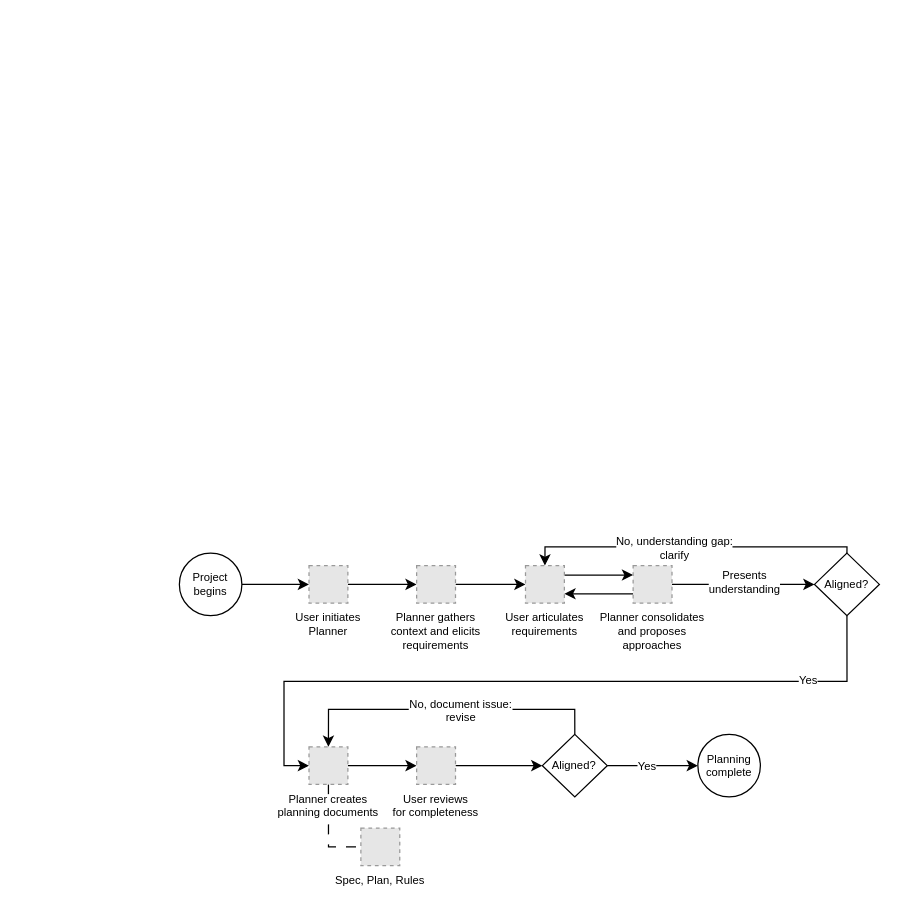
This is diagrams/framework-design/planning-phase-overview.drawio from sdi2200262/bsc-apm-thesis, a draw.io file, before an edit. Source tidied: cells renumbered, new cells numbered last; positions are measured from the earlier drawing's top-left corner, leaving out a move shared by most shapes. Both pictures are drawn from the tidied source at 125%, with x=0, y=0 at pixel (179, 546). Pictures stored in the file or linked from it are replaced by grey dashed boxes.
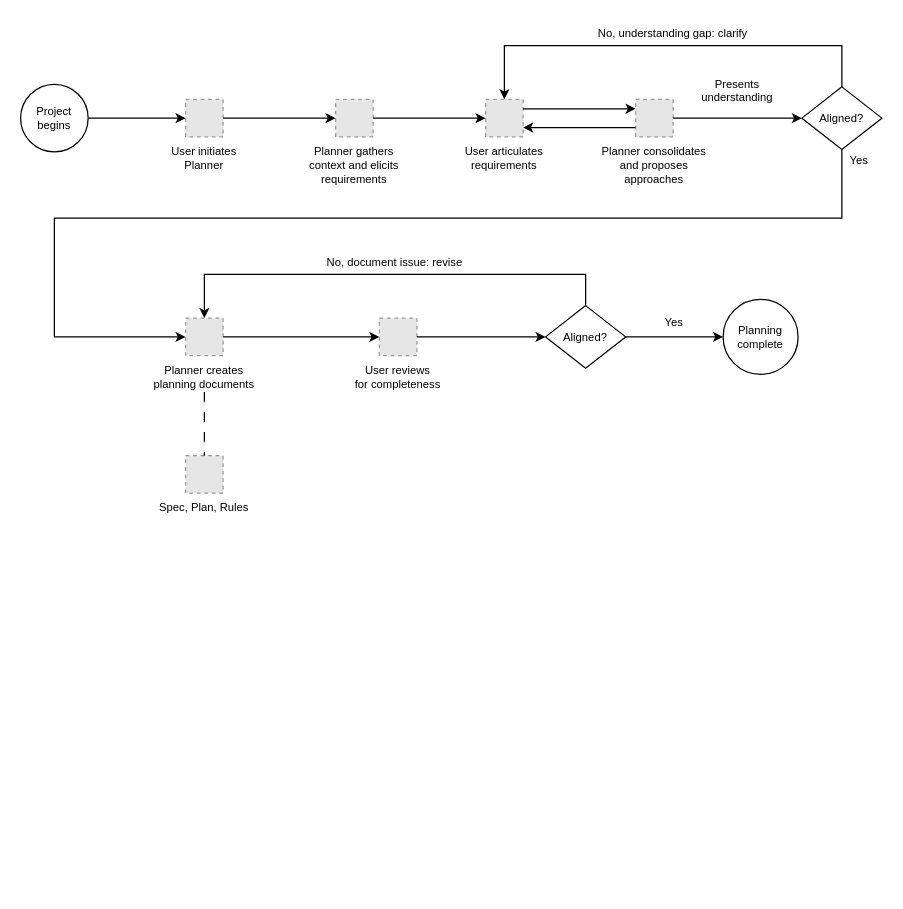
The same page after the edit.

The edit, as a diff of the source:
```diff
@@
-    <mxCell id="2" style="group;fontSize=9;" parent="1" vertex="1">
-      <mxGeometry width="560" height="255" as="geometry" />
-    </mxCell>
+    <mxCell id="6" value="Project&#10;begins" style="fontFamily=Helvetica;fontSize=9;fontColor=#000000;strokeColor=#000000;ellipse;html=0;align=center;verticalAlign=middle;fillColor=none;" parent="1" vertex="1">
+      <mxGeometry x="-127" y="-370" width="54" height="54" as="geometry" />
+    </mxCell>
+    <mxCell id="8" value="User initiates&#10;Planner" style="fillColor=#E6E6E6;strokeColor=#999999;dashed=1;fontFamily=Helvetica;fontSize=9;fontColor=#000000;verticalLabelPosition=bottom;verticalAlign=top;" parent="1" vertex="1">
+      <mxGeometry x="5" y="-358" width="30" height="30" as="geometry" />
+    </mxCell>
+    <mxCell id="10" value="Planner gathers&#10;context and elicits&#10;requirements" style="fillColor=#E6E6E6;strokeColor=#999999;dashed=1;fontFamily=Helvetica;fontSize=9;fontColor=#000000;verticalLabelPosition=bottom;verticalAlign=top;" parent="1" vertex="1">
+      <mxGeometry x="125" y="-358" width="30" height="30" as="geometry" />
+    </mxCell>
+    <mxCell id="12" value="User articulates&#10;requirements" style="fillColor=#E6E6E6;strokeColor=#999999;dashed=1;fontFamily=Helvetica;fontSize=9;fontColor=#000000;verticalLabelPosition=bottom;verticalAlign=top;" parent="1" vertex="1">
+      <mxGeometry x="245" y="-358" width="30" height="30" as="geometry" />
+    </mxCell>
+    <mxCell id="31" value="Planner consolidates&#10;and proposes&#10;approaches" style="fillColor=#E6E6E6;strokeColor=#999999;dashed=1;fontFamily=Helvetica;fontSize=9;fontColor=#000000;verticalLabelPosition=bottom;verticalAlign=top;" parent="1" vertex="1">
+      <mxGeometry x="365" y="-358" width="30" height="30" as="geometry" />
+    </mxCell>
+    <mxCell id="32" value="Aligned?" style="fontFamily=Helvetica;fontSize=9;fontColor=#000000;strokeColor=#000000;rhombus;html=0;align=center;verticalAlign=middle;fillColor=none;" parent="1" vertex="1">
+      <mxGeometry x="498" y="-368" width="64" height="50" as="geometry" />
+    </mxCell>
+    <mxCell id="19" value="Planner creates&#10;planning documents" style="fillColor=#E6E6E6;strokeColor=#999999;dashed=1;fontFamily=Helvetica;fontSize=9;fontColor=#000000;verticalLabelPosition=bottom;verticalAlign=top;" parent="1" vertex="1">
+      <mxGeometry x="5" y="-183" width="30" height="30" as="geometry" />
+    </mxCell>
+    <mxCell id="21" value="User reviews&#10;for completeness" style="fillColor=#E6E6E6;strokeColor=#999999;dashed=1;fontFamily=Helvetica;fontSize=9;fontColor=#000000;verticalLabelPosition=bottom;verticalAlign=top;" parent="1" vertex="1">
+      <mxGeometry x="160" y="-183" width="30" height="30" as="geometry" />
+    </mxCell>
+    <mxCell id="33" value="Aligned?" style="fontFamily=Helvetica;fontSize=9;fontColor=#000000;strokeColor=#000000;rhombus;html=0;align=center;verticalAlign=middle;fillColor=none;" parent="1" vertex="1">
+      <mxGeometry x="293" y="-193" width="64" height="50" as="geometry" />
+    </mxCell>
+    <mxCell id="27" value="Planning&#10;complete" style="fontFamily=Helvetica;fontSize=9;fontColor=#000000;strokeColor=#000000;ellipse;html=0;align=center;verticalAlign=middle;fillColor=none;" parent="1" vertex="1">
+      <mxGeometry x="435" y="-198" width="60" height="60" as="geometry" />
+    </mxCell>
-    <mxCell id="3" value="Spec, Plan, Rules" style="fillColor=#E6E6E6;strokeColor=#999999;dashed=1;verticalLabelPosition=bottom;labelBackgroundColor=default;verticalAlign=top;fontSize=9;" parent="2" vertex="1">
-      <mxGeometry x="145.2" y="225" width="31.1" height="30" as="geometry" />
+    <mxCell id="3" value="Spec, Plan, Rules" style="fillColor=#E6E6E6;strokeColor=#999999;dashed=1;fontFamily=Helvetica;fontSize=9;fontColor=#000000;verticalLabelPosition=bottom;verticalAlign=top;" parent="1" vertex="1">
+      <mxGeometry x="5" y="-73" width="30" height="30" as="geometry" />
     </mxCell>
-    <mxCell id="4" style="edgeStyle=orthogonalEdgeStyle;rounded=0;jettySize=auto;html=1;exitX=0.5;exitY=1;exitDx=0;exitDy=0;dashed=1;dashPattern=8 8;entryX=0;entryY=0.5;entryDx=0;entryDy=0;endArrow=none;endFill=0;fontSize=9;" parent="2" edge="1" source="19" target="3">
-      <mxGeometry relative="1" as="geometry" />
-    </mxCell>
-    <mxCell id="5" style="edgeStyle=orthogonalEdgeStyle;rounded=0;jettySize=auto;html=1;exitX=1;exitY=0.5;exitDx=0;exitDy=0;fontSize=9;" parent="2" edge="1" source="6" target="8">
+    <mxCell id="5" style="fontFamily=Helvetica;fontSize=9;fontColor=#000000;strokeColor=#000000;edgeStyle=orthogonalEdgeStyle;rounded=0;html=0;endSize=5;startSize=5;exitX=1;exitY=0.5;exitDx=0;exitDy=0;entryX=0;entryY=0.5;entryDx=0;entryDy=0;" parent="1" edge="1" source="6" target="8">
       <mxGeometry relative="1" as="geometry" />
     </mxCell>
-    <mxCell id="6" value="Project begins" style="ellipse;whiteSpace=wrap;html=1;shapeInside=1;fontSize=9;" parent="2" vertex="1">
-      <mxGeometry y="5" width="50" height="50" as="geometry" />
-    </mxCell>
-    <mxCell id="7" style="edgeStyle=orthogonalEdgeStyle;rounded=0;jettySize=auto;html=1;exitX=1;exitY=0.5;exitDx=0;exitDy=0;entryX=0;entryY=0.5;entryDx=0;entryDy=0;fontSize=9;" parent="2" edge="1" source="8" target="10">
+    <mxCell id="7" style="fontFamily=Helvetica;fontSize=9;fontColor=#000000;strokeColor=#000000;edgeStyle=orthogonalEdgeStyle;rounded=0;html=0;endSize=5;startSize=5;exitX=1;exitY=0.5;exitDx=0;exitDy=0;entryX=0;entryY=0.5;entryDx=0;entryDy=0;" parent="1" edge="1" source="8" target="10">
       <mxGeometry relative="1" as="geometry" />
     </mxCell>
-    <mxCell id="8" value="User initiates&#10;Planner" style="fillColor=#E6E6E6;strokeColor=#999999;dashed=1;verticalLabelPosition=bottom;labelBackgroundColor=default;verticalAlign=top;fontSize=9;" parent="2" vertex="1">
-      <mxGeometry x="103.7" y="15" width="31.1" height="30" as="geometry" />
-    </mxCell>
-    <mxCell id="9" style="edgeStyle=orthogonalEdgeStyle;rounded=0;jettySize=auto;html=1;exitX=1;exitY=0.5;exitDx=0;exitDy=0;entryX=0;entryY=0.5;entryDx=0;entryDy=0;fontSize=9;" parent="2" edge="1" source="10" target="12">
+    <mxCell id="9" style="fontFamily=Helvetica;fontSize=9;fontColor=#000000;strokeColor=#000000;edgeStyle=orthogonalEdgeStyle;rounded=0;html=0;endSize=5;startSize=5;exitX=1;exitY=0.5;exitDx=0;exitDy=0;entryX=0;entryY=0.5;entryDx=0;entryDy=0;" parent="1" edge="1" source="10" target="12">
       <mxGeometry relative="1" as="geometry" />
     </mxCell>
-    <mxCell id="10" value="Planner gathers&#10;context and elicits&#10;requirements" style="fillColor=#E6E6E6;strokeColor=#999999;dashed=1;verticalLabelPosition=bottom;labelBackgroundColor=default;verticalAlign=top;fontSize=9;" parent="2" vertex="1">
-      <mxGeometry x="189.8" y="15" width="31.1" height="30" as="geometry" />
-    </mxCell>
-    <mxCell id="11" style="edgeStyle=orthogonalEdgeStyle;rounded=0;jettySize=auto;html=1;exitX=1;exitY=0.25;exitDx=0;exitDy=0;entryX=0;entryY=0.25;entryDx=0;entryDy=0;fontSize=9;" parent="2" edge="1" source="12" target="31">
+    <mxCell id="11" style="fontFamily=Helvetica;fontSize=9;fontColor=#000000;strokeColor=#000000;edgeStyle=orthogonalEdgeStyle;rounded=0;html=0;endSize=5;startSize=5;exitX=1;exitY=0.25;exitDx=0;exitDy=0;entryX=0;entryY=0.25;entryDx=0;entryDy=0;" parent="1" edge="1" source="12" target="31">
       <mxGeometry relative="1" as="geometry" />
     </mxCell>
-    <mxCell id="12" value="User articulates&#10;requirements" style="fillColor=#E6E6E6;strokeColor=#999999;dashed=1;verticalLabelPosition=bottom;labelBackgroundColor=default;verticalAlign=top;fontSize=9;" parent="2" vertex="1">
-      <mxGeometry x="276.9" y="15" width="31.1" height="30" as="geometry" />
-    </mxCell>
-    <mxCell id="13" style="edgeStyle=orthogonalEdgeStyle;rounded=0;jettySize=auto;html=1;exitX=0.5;exitY=0;exitDx=0;exitDy=0;entryX=0.5;entryY=0;entryDx=0;entryDy=0;fontSize=9;" parent="2" edge="1" source="17" target="12">
-      <mxGeometry relative="1" as="geometry">
-        <Array as="points">
-          <mxPoint x="513.3" />
-          <mxPoint x="290.4" />
-        </Array>
-      </mxGeometry>
-    </mxCell>
+    <mxCell id="30" style="fontFamily=Helvetica;fontSize=9;fontColor=#000000;strokeColor=#000000;edgeStyle=orthogonalEdgeStyle;rounded=0;html=0;endSize=5;startSize=5;exitX=0;exitY=0.75;exitDx=0;exitDy=0;entryX=1;entryY=0.75;entryDx=0;entryDy=0;" parent="1" edge="1" source="31" target="12">
+      <mxGeometry relative="1" as="geometry" />
+    </mxCell>
+    <mxCell id="34" style="fontFamily=Helvetica;fontSize=9;fontColor=#000000;strokeColor=#000000;edgeStyle=orthogonalEdgeStyle;rounded=0;html=0;endSize=5;startSize=5;exitX=1;exitY=0.5;exitDx=0;exitDy=0;entryX=0;entryY=0.5;entryDx=0;entryDy=0;" parent="1" edge="1" source="31" target="32">
+      <mxGeometry relative="1" as="geometry" />
+    </mxCell>
+    <mxCell id="29" value="Presents&#10;understanding" style="fontFamily=Helvetica;fontSize=9;fontColor=#000000;strokeColor=#000000;text;html=0;align=center;verticalAlign=middle;fontStyle=0;" parent="1" vertex="1">
+      <mxGeometry x="401.5" y="-375" width="90" height="20" as="geometry" />
+    </mxCell>
+    <mxCell id="35" style="fontFamily=Helvetica;fontSize=9;fontColor=#000000;strokeColor=#000000;edgeStyle=orthogonalEdgeStyle;rounded=0;html=0;endSize=5;startSize=5;exitX=0.5;exitY=0;exitDx=0;exitDy=0;entryX=0.5;entryY=0;entryDx=0;entryDy=0;" parent="1" edge="1" source="32" target="12">
+      <mxGeometry relative="1" as="geometry">
+        <Array as="points">
+          <mxPoint x="530" y="-401" />
+          <mxPoint x="260" y="-401" />
+        </Array>
+      </mxGeometry>
+    </mxCell>
-    <mxCell id="14" value="No, understanding gap:&lt;div&gt;clarify&lt;/div&gt;" style="edgeLabel;html=1;align=center;verticalAlign=middle;fontSize=9;" parent="13" vertex="1">
-      <mxGeometry x="-0.08" relative="1" as="geometry">
-        <mxPoint x="-24" as="offset" />
-      </mxGeometry>
+    <mxCell id="14" value="No, understanding gap: clarify" style="fontFamily=Helvetica;fontSize=9;fontColor=#000000;strokeColor=#000000;text;html=0;align=center;verticalAlign=middle;fontStyle=0;" parent="1" vertex="1">
+      <mxGeometry x="310" y="-421" width="170" height="20" as="geometry" />
     </mxCell>
-    <mxCell id="15" style="edgeStyle=orthogonalEdgeStyle;rounded=0;jettySize=auto;html=1;exitX=0.5;exitY=1;exitDx=0;exitDy=0;entryX=0;entryY=0.5;entryDx=0;entryDy=0;fontSize=9;" parent="2" edge="1" source="17" target="19">
-      <mxGeometry relative="1" as="geometry" />
-    </mxCell>
-    <mxCell id="16" value="Yes" style="edgeLabel;html=1;align=center;verticalAlign=middle;fontSize=9;" parent="15" vertex="1">
-      <mxGeometry x="-0.17" y="-1" relative="1" as="geometry">
-        <mxPoint x="161" as="offset" />
-      </mxGeometry>
-    </mxCell>
-    <mxCell id="17" value="Aligned?" style="rhombus;whiteSpace=wrap;html=1;shapeInside=1;fontSize=9;" parent="2" vertex="1">
-      <mxGeometry x="508.1" y="5" width="51.9" height="50" as="geometry" />
-    </mxCell>
+    <mxCell id="36" style="fontFamily=Helvetica;fontSize=9;fontColor=#000000;strokeColor=#000000;edgeStyle=orthogonalEdgeStyle;rounded=0;html=0;endSize=5;startSize=5;exitX=0.5;exitY=1;exitDx=0;exitDy=0;entryX=0;entryY=0.5;entryDx=0;entryDy=0;" parent="1" edge="1" source="32" target="19">
+      <mxGeometry relative="1" as="geometry">
+        <Array as="points">
+          <mxPoint x="530" y="-263" />
+          <mxPoint x="-100" y="-263" />
+          <mxPoint x="-100" y="-168" />
+        </Array>
+      </mxGeometry>
+    </mxCell>
+    <mxCell id="37" value="Yes" style="fontFamily=Helvetica;fontSize=9;fontColor=#000000;strokeColor=#000000;text;html=0;align=center;verticalAlign=middle;fontStyle=0;" parent="1" vertex="1">
+      <mxGeometry x="529" y="-319" width="30" height="20" as="geometry" />
+    </mxCell>
-    <mxCell id="18" style="edgeStyle=orthogonalEdgeStyle;rounded=0;jettySize=auto;html=1;exitX=1;exitY=0.5;exitDx=0;exitDy=0;entryX=0;entryY=0.5;entryDx=0;entryDy=0;fontSize=9;" parent="2" edge="1" source="19" target="21">
+    <mxCell id="18" style="fontFamily=Helvetica;fontSize=9;fontColor=#000000;strokeColor=#000000;edgeStyle=orthogonalEdgeStyle;rounded=0;html=0;endSize=5;startSize=5;exitX=1;exitY=0.5;exitDx=0;exitDy=0;entryX=0;entryY=0.5;entryDx=0;entryDy=0;" parent="1" edge="1" source="19" target="21">
       <mxGeometry relative="1" as="geometry" />
     </mxCell>
-    <mxCell id="19" value="Planner creates&#10;planning documents" style="fillColor=#E6E6E6;strokeColor=#999999;dashed=1;verticalLabelPosition=bottom;labelBackgroundColor=default;verticalAlign=top;fontSize=9;" parent="2" vertex="1">
-      <mxGeometry x="103.7" y="160" width="31.1" height="30" as="geometry" />
-    </mxCell>
-    <mxCell id="20" style="edgeStyle=orthogonalEdgeStyle;rounded=0;jettySize=auto;html=1;exitX=1;exitY=0.5;exitDx=0;exitDy=0;entryX=0;entryY=0.5;entryDx=0;entryDy=0;fontSize=9;" parent="2" edge="1" source="21" target="26">
-      <mxGeometry relative="1" as="geometry" />
-    </mxCell>
-    <mxCell id="21" value="User reviews&#10;for completeness" style="fillColor=#E6E6E6;strokeColor=#999999;dashed=1;verticalLabelPosition=bottom;labelBackgroundColor=default;verticalAlign=top;fontSize=9;" parent="2" vertex="1">
-      <mxGeometry x="189.8" y="160" width="31.1" height="30" as="geometry" />
-    </mxCell>
-    <mxCell id="22" style="edgeStyle=orthogonalEdgeStyle;rounded=0;jettySize=auto;html=1;exitX=0.5;exitY=0;exitDx=0;exitDy=0;entryX=0.5;entryY=0;entryDx=0;entryDy=0;fontSize=9;" parent="2" edge="1" source="26" target="19">
-      <mxGeometry relative="1" as="geometry" />
-    </mxCell>
+    <mxCell id="38" style="fontFamily=Helvetica;fontSize=9;fontColor=#000000;strokeColor=#000000;edgeStyle=orthogonalEdgeStyle;rounded=0;html=0;endSize=5;startSize=5;exitX=1;exitY=0.5;exitDx=0;exitDy=0;entryX=0;entryY=0.5;entryDx=0;entryDy=0;" parent="1" edge="1" source="21" target="33">
+      <mxGeometry relative="1" as="geometry" />
+    </mxCell>
+    <mxCell id="39" style="fontFamily=Helvetica;fontSize=9;fontColor=#000000;strokeColor=#000000;edgeStyle=orthogonalEdgeStyle;rounded=0;html=0;endSize=5;startSize=5;exitX=0.5;exitY=0;exitDx=0;exitDy=0;entryX=0.5;entryY=0;entryDx=0;entryDy=0;" parent="1" edge="1" source="33" target="19">
+      <mxGeometry relative="1" as="geometry">
+        <Array as="points">
+          <mxPoint x="325" y="-218" />
+          <mxPoint x="20" y="-218" />
+        </Array>
+      </mxGeometry>
+    </mxCell>
-    <mxCell id="23" value="No, document issue:&lt;div&gt;revise&lt;/div&gt;" style="edgeLabel;html=1;align=center;verticalAlign=middle;fontSize=9;" parent="22" vertex="1">
-      <mxGeometry x="-0.09" relative="1" as="geometry" />
+    <mxCell id="23" value="No, document issue: revise" style="fontFamily=Helvetica;fontSize=9;fontColor=#000000;strokeColor=#000000;text;html=0;align=center;verticalAlign=middle;fontStyle=0;" parent="1" vertex="1">
+      <mxGeometry x="87.5" y="-238" width="170" height="20" as="geometry" />
     </mxCell>
-    <mxCell id="24" style="edgeStyle=orthogonalEdgeStyle;rounded=0;jettySize=auto;html=1;fontSize=9;" parent="2" edge="1" source="26" target="27">
-      <mxGeometry relative="1" as="geometry" />
-    </mxCell>
-    <mxCell id="25" value="Yes" style="edgeLabel;html=1;align=center;verticalAlign=middle;fontSize=9;" parent="24" vertex="1">
-      <mxGeometry x="-0.15" relative="1" as="geometry" />
-    </mxCell>
-    <mxCell id="26" value="Aligned?" style="rhombus;whiteSpace=wrap;html=1;shapeInside=1;fontSize=9;" parent="2" vertex="1">
-      <mxGeometry x="290.4" y="150" width="51.9" height="50" as="geometry" />
-    </mxCell>
-    <mxCell id="27" value="Planning complete" style="ellipse;whiteSpace=wrap;html=1;shapeInside=1;fontSize=9;" parent="2" vertex="1">
-      <mxGeometry x="414.8" y="150" width="50" height="50" as="geometry" />
-    </mxCell>
-    <mxCell id="28" style="edgeStyle=orthogonalEdgeStyle;rounded=0;jettySize=auto;html=1;exitX=1;exitY=0.5;exitDx=0;exitDy=0;entryX=0;entryY=0.5;entryDx=0;entryDy=0;fontSize=9;" parent="2" edge="1" source="31" target="17">
-      <mxGeometry relative="1" as="geometry" />
-    </mxCell>
-    <mxCell id="29" value="Presents&lt;div&gt;understanding&lt;/div&gt;" style="edgeLabel;html=1;align=center;verticalAlign=middle;fontSize=9;" parent="28" vertex="1">
-      <mxGeometry x="0.17" y="3" relative="1" as="geometry">
-        <mxPoint x="-10" as="offset" />
-      </mxGeometry>
-    </mxCell>
-    <mxCell id="30" style="edgeStyle=orthogonalEdgeStyle;rounded=0;jettySize=auto;html=1;exitX=0;exitY=0.75;exitDx=0;exitDy=0;entryX=1;entryY=0.75;entryDx=0;entryDy=0;fontSize=9;" parent="2" edge="1" source="31" target="12">
-      <mxGeometry relative="1" as="geometry" />
-    </mxCell>
-    <mxCell id="31" value="Planner consolidates&#10;and proposes&#10;approaches" style="fillColor=#E6E6E6;strokeColor=#999999;dashed=1;verticalLabelPosition=bottom;labelBackgroundColor=default;verticalAlign=top;fontSize=9;" parent="2" vertex="1">
-      <mxGeometry x="363" y="15" width="31.1" height="30" as="geometry" />
-    </mxCell>
+    <mxCell id="40" style="fontFamily=Helvetica;fontSize=9;fontColor=#000000;strokeColor=#000000;edgeStyle=orthogonalEdgeStyle;rounded=0;html=0;endSize=5;startSize=5;exitX=1;exitY=0.5;exitDx=0;exitDy=0;entryX=0;entryY=0.5;entryDx=0;entryDy=0;" parent="1" edge="1" source="33" target="27">
+      <mxGeometry relative="1" as="geometry" />
+    </mxCell>
+    <mxCell id="41" value="Yes" style="fontFamily=Helvetica;fontSize=9;fontColor=#000000;strokeColor=#000000;text;html=0;align=center;verticalAlign=middle;fontStyle=0;" parent="1" vertex="1">
+      <mxGeometry x="381" y="-190" width="30" height="20" as="geometry" />
+    </mxCell>
+    <mxCell id="42" style="fontFamily=Helvetica;fontSize=9;fontColor=#000000;strokeColor=#000000;text;html=0;" parent="1" vertex="1">
+      <mxGeometry x="20" y="-124" as="geometry" />
+    </mxCell>
+    <mxCell id="43" style="fontFamily=Helvetica;fontSize=9;fontColor=#000000;strokeColor=#000000;edgeStyle=orthogonalEdgeStyle;rounded=0;html=0;endSize=5;startSize=5;entryX=0.5;entryY=0;entryDx=0;entryDy=0;dashed=1;dashPattern=8 8;endArrow=none;" parent="1" edge="1" source="42" target="3">
+      <mxGeometry relative="1" as="geometry" />
+    </mxCell>
```
